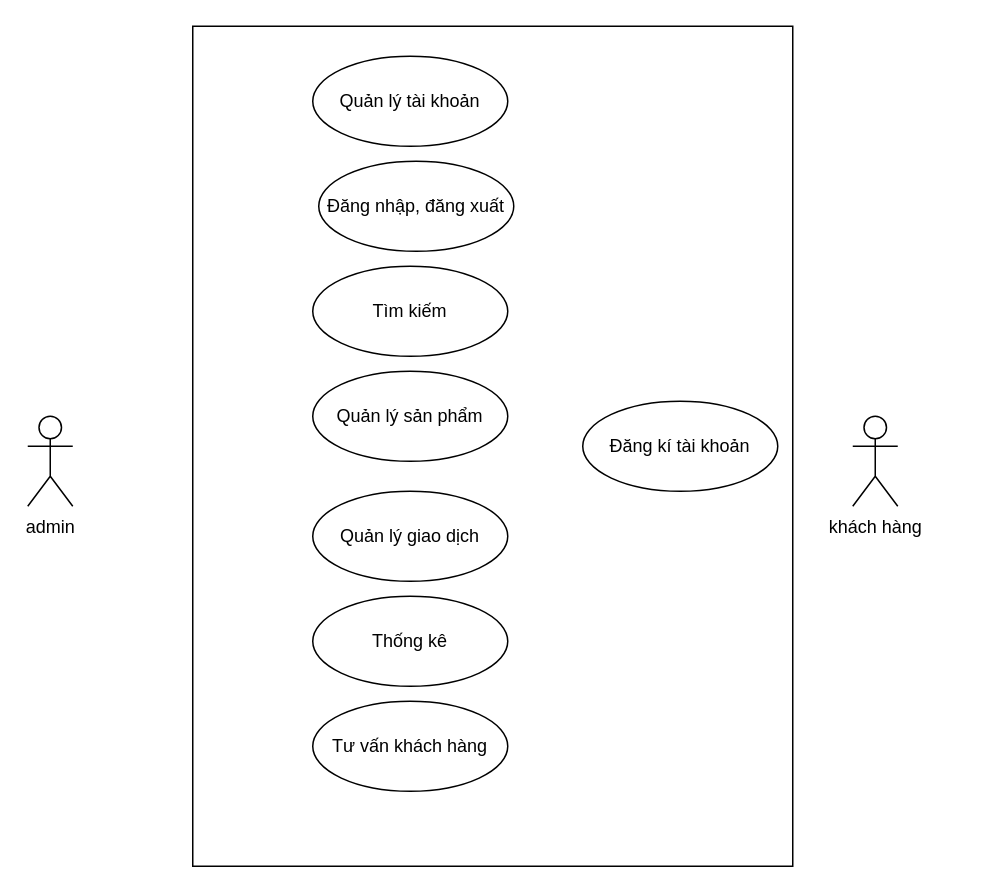
Before: DiagramDraw/usecase_tongquat.drawio in dxthanh2002/aptech_doan, a draw.io diagram. Source tidied: cells renumbered, new cells numbered last; positions are measured from the earlier drawing's top-left corner, leaving out a move shared by most shapes. Both pictures are drawn from the tidied source at 150%, with x=0, y=0 at pixel (27, 26).
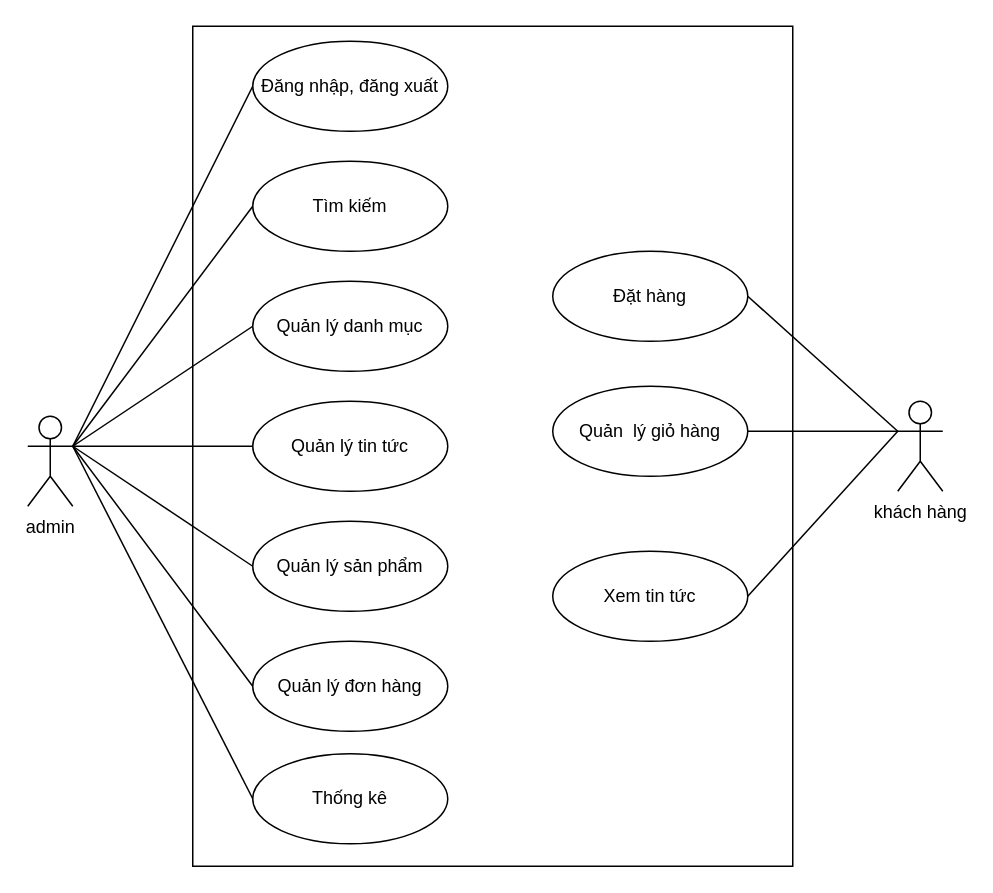
Above is the later version.

Unchanged cells that the change refers to:
```xml
<mxCell id="3" value="admin" style="shape=umlActor;verticalLabelPosition=bottom;verticalAlign=top;html=1;outlineConnect=0;" parent="1" vertex="1">
  <mxGeometry y="260" width="30" height="60" as="geometry" />
</mxCell>
```

Diff of the diagram source:
```diff
@@
     <mxCell id="4" value="khách hàng" style="shape=umlActor;verticalLabelPosition=bottom;verticalAlign=top;html=1;" parent="1" vertex="1">
-      <mxGeometry x="550" y="260" width="30" height="60" as="geometry" />
+      <mxGeometry x="580" y="250" width="30" height="60" as="geometry" />
     </mxCell>
-    <mxCell id="5" value="Tư vấn khách hàng" style="ellipse;whiteSpace=wrap;html=1;" parent="1" vertex="1">
-      <mxGeometry x="190" y="450" width="130" height="60" as="geometry" />
-    </mxCell>
     <mxCell id="6" value="Thống kê" style="ellipse;whiteSpace=wrap;html=1;" parent="1" vertex="1">
-      <mxGeometry x="190" y="380" width="130" height="60" as="geometry" />
+      <mxGeometry x="150" y="485" width="130" height="60" as="geometry" />
     </mxCell>
-    <mxCell id="7" value="Quản lý giao dịch" style="ellipse;whiteSpace=wrap;html=1;" parent="1" vertex="1">
-      <mxGeometry x="190" y="310" width="130" height="60" as="geometry" />
+    <mxCell id="7" value="Quản lý đơn hàng" style="ellipse;whiteSpace=wrap;html=1;" parent="1" vertex="1">
+      <mxGeometry x="150" y="410" width="130" height="60" as="geometry" />
     </mxCell>
     <mxCell id="8" value="Quản lý sản phẩm" style="ellipse;whiteSpace=wrap;html=1;" parent="1" vertex="1">
-      <mxGeometry x="190" y="230" width="130" height="60" as="geometry" />
+      <mxGeometry x="150" y="330" width="130" height="60" as="geometry" />
     </mxCell>
     <mxCell id="9" value="Tìm kiếm" style="ellipse;whiteSpace=wrap;html=1;" parent="1" vertex="1">
-      <mxGeometry x="190" y="160" width="130" height="60" as="geometry" />
+      <mxGeometry x="150" y="90" width="130" height="60" as="geometry" />
     </mxCell>
     <mxCell id="10" value="Đăng nhập, đăng xuất" style="ellipse;whiteSpace=wrap;html=1;" parent="1" vertex="1">
-      <mxGeometry x="194" y="90" width="130" height="60" as="geometry" />
+      <mxGeometry x="150" y="10" width="130" height="60" as="geometry" />
     </mxCell>
-    <mxCell id="11" value="Quản lý tài khoản" style="ellipse;whiteSpace=wrap;html=1;" parent="1" vertex="1">
-      <mxGeometry x="190" y="20" width="130" height="60" as="geometry" />
+    <mxCell id="11" value="Quản lý danh mục" style="ellipse;whiteSpace=wrap;html=1;" parent="1" vertex="1">
+      <mxGeometry x="150" y="170" width="130" height="60" as="geometry" />
     </mxCell>
-    <mxCell id="12" value="Đăng kí tài khoản" style="ellipse;whiteSpace=wrap;html=1;" parent="1" vertex="1">
-      <mxGeometry x="370" y="250" width="130" height="60" as="geometry" />
-    </mxCell>
+    <mxCell id="13" value="Đặt hàng" style="ellipse;whiteSpace=wrap;html=1;" parent="1" vertex="1">
+      <mxGeometry x="350" y="150" width="130" height="60" as="geometry" />
+    </mxCell>
+    <mxCell id="14" value="Quản&amp;nbsp; lý giỏ hàng" style="ellipse;whiteSpace=wrap;html=1;" parent="1" vertex="1">
+      <mxGeometry x="350" y="240" width="130" height="60" as="geometry" />
+    </mxCell>
+    <mxCell id="15" value="Quản lý tin tức" style="ellipse;whiteSpace=wrap;html=1;" parent="1" vertex="1">
+      <mxGeometry x="150" y="250" width="130" height="60" as="geometry" />
+    </mxCell>
+    <mxCell id="16" value="Xem tin tức" style="ellipse;whiteSpace=wrap;html=1;" parent="1" vertex="1">
+      <mxGeometry x="350" y="350" width="130" height="60" as="geometry" />
+    </mxCell>
+    <mxCell id="17" style="endArrow=none;html=1;rounded=0;entryX=0;entryY=0.5;entryDx=0;entryDy=0;" parent="1" edge="1" target="10">
+      <mxGeometry relative="1" as="geometry">
+        <mxPoint x="30" y="280" as="sourcePoint" />
+      </mxGeometry>
+    </mxCell>
+    <mxCell id="18" style="endArrow=none;html=1;rounded=0;entryX=0;entryY=0.5;entryDx=0;entryDy=0;" parent="1" edge="1" target="9">
+      <mxGeometry relative="1" as="geometry">
+        <mxPoint x="30" y="280" as="sourcePoint" />
+      </mxGeometry>
+    </mxCell>
+    <mxCell id="19" style="endArrow=none;html=1;rounded=0;entryX=0;entryY=0.5;entryDx=0;entryDy=0;" parent="1" edge="1" target="11">
+      <mxGeometry relative="1" as="geometry">
+        <mxPoint x="30" y="280" as="sourcePoint" />
+      </mxGeometry>
+    </mxCell>
+    <mxCell id="20" style="endArrow=none;html=1;rounded=0;entryX=0;entryY=0.5;entryDx=0;entryDy=0;" parent="1" edge="1" target="15">
+      <mxGeometry relative="1" as="geometry">
+        <mxPoint x="30" y="280" as="sourcePoint" />
+      </mxGeometry>
+    </mxCell>
+    <mxCell id="21" style="endArrow=none;html=1;rounded=0;entryX=0;entryY=0.5;entryDx=0;entryDy=0;" parent="1" edge="1" target="8">
+      <mxGeometry relative="1" as="geometry">
+        <mxPoint x="30" y="280" as="sourcePoint" />
+      </mxGeometry>
+    </mxCell>
+    <mxCell id="22" style="endArrow=none;html=1;rounded=0;entryX=0;entryY=0.5;entryDx=0;entryDy=0;exitX=1;exitY=0.3333333333333333;exitDx=0;exitDy=0;exitPerimeter=0;" parent="1" edge="1" source="3" target="7">
+      <mxGeometry relative="1" as="geometry" />
+    </mxCell>
+    <mxCell id="23" style="endArrow=none;html=1;rounded=0;entryX=0;entryY=0.5;entryDx=0;entryDy=0;exitX=1;exitY=0.3333333333333333;exitDx=0;exitDy=0;exitPerimeter=0;" parent="1" edge="1" source="3" target="6">
+      <mxGeometry relative="1" as="geometry" />
+    </mxCell>
+    <mxCell id="24" style="endArrow=none;html=1;rounded=0;" parent="1" edge="1">
+      <mxGeometry relative="1" as="geometry">
+        <mxPoint x="480" y="180" as="sourcePoint" />
+        <mxPoint x="580" y="270" as="targetPoint" />
+      </mxGeometry>
+    </mxCell>
+    <mxCell id="25" style="endArrow=none;html=1;rounded=0;exitX=1;exitY=0.5;exitDx=0;exitDy=0;" parent="1" edge="1" source="14">
+      <mxGeometry relative="1" as="geometry">
+        <mxPoint x="580" y="270" as="targetPoint" />
+      </mxGeometry>
+    </mxCell>
+    <mxCell id="26" style="endArrow=none;html=1;rounded=0;exitX=1;exitY=0.5;exitDx=0;exitDy=0;" parent="1" edge="1" source="16">
+      <mxGeometry relative="1" as="geometry">
+        <mxPoint x="580" y="270" as="targetPoint" />
+      </mxGeometry>
+    </mxCell>
```
